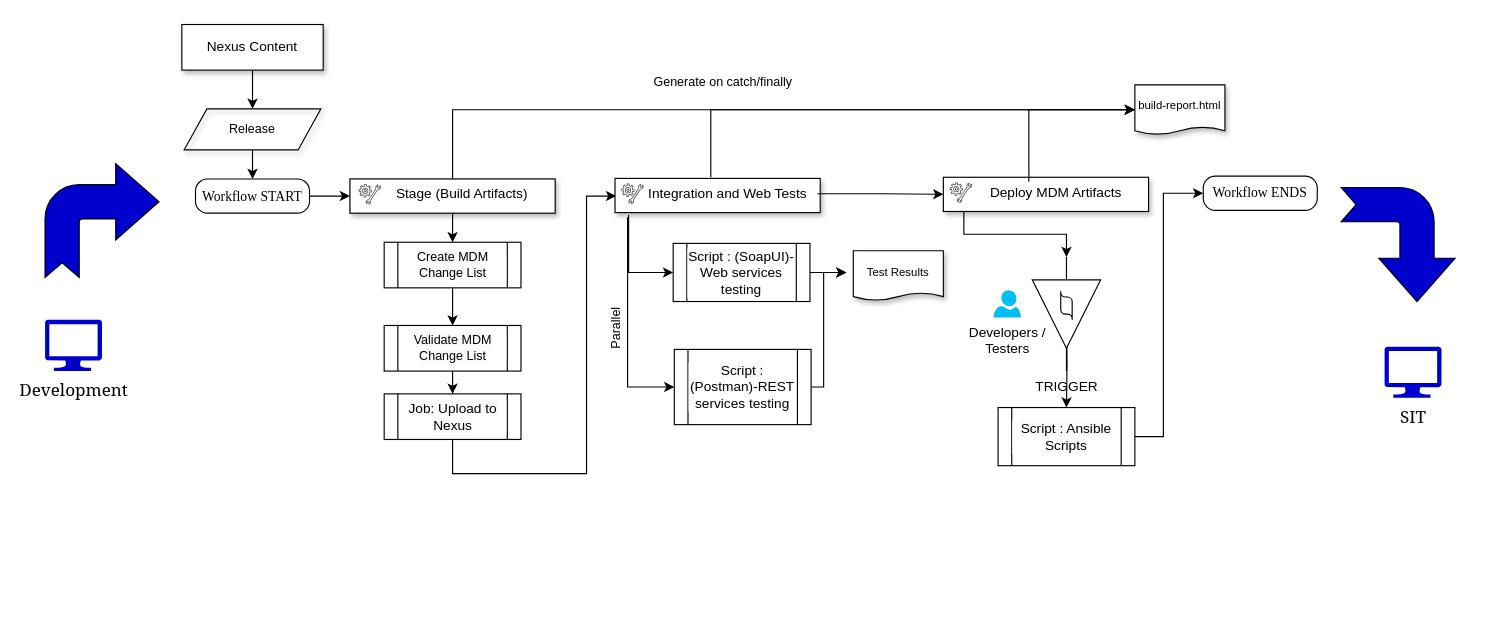
biswarup81/drawings keeps this draw.io diagram as page "Jenkins pipeline(MDM)" (2 of 4) of EMA-RFP.drawio. Above is the earlier version. Source tidied: cells renumbered, new cells numbered last; positions are measured from the earlier drawing's top-left corner, leaving out a move shared by most shapes. Both pictures are drawn from the tidied source at 114%, with x=0, y=0 at pixel (44, 24).
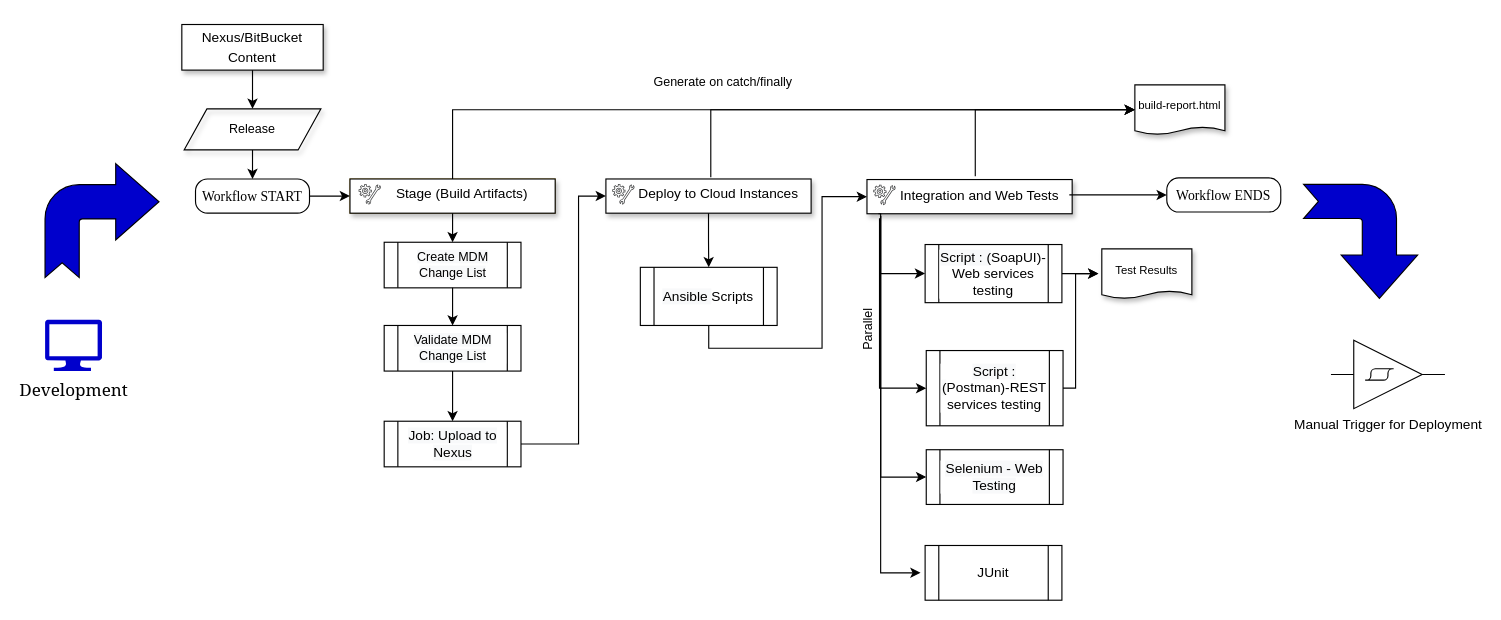
Above is the later version.

The change refers to these unchanged cells:
```xml
<mxCell id="12" value="&lt;span style=&quot;font-family: &amp;#34;arial&amp;#34; , sans-serif ; font-size: 11px ; background-color: rgb(248 , 249 , 250)&quot;&gt;Validate MDM Change List&lt;/span&gt;" style="shape=process;whiteSpace=wrap;html=1;backgroundOutline=1;shadow=0;labelBackgroundColor=#ffffff;sketch=0;fontFamily=Garamond;fontSize=10;fillColor=none;align=center;" parent="1" vertex="1">
  <mxGeometry x="297.5" y="264" width="120" height="40" as="geometry" />
</mxCell>
<mxCell id="19" value="&lt;p class=&quot;MsoNormal&quot; style=&quot;margin: 0cm ; line-height: 12.3pt ; font-size: 9pt ; font-family: &amp;#34;arial&amp;#34; , sans-serif&quot;&gt;&lt;br&gt;&lt;/p&gt;" style="rounded=0;whiteSpace=wrap;html=1;align=left;shadow=1;" parent="18" vertex="1">
  <mxGeometry width="180" height="30" as="geometry" />
</mxCell>
<mxCell id="23" value="&lt;span style=&quot;font-family: &amp;#34;arial&amp;#34; , sans-serif ; font-size: 12px&quot;&gt;Integration and Web Tests&lt;/span&gt;" style="text;html=1;strokeColor=none;fillColor=none;align=center;verticalAlign=middle;whiteSpace=wrap;rounded=0;fontSize=10;" parent="22" vertex="1">
  <mxGeometry x="14" y="-1" width="158" height="20" as="geometry" />
</mxCell>
<mxCell id="33" value="&lt;p class=&quot;MsoNormal&quot; style=&quot;margin: 0cm ; line-height: 12.3pt ; font-size: 9pt ; font-family: &amp;#34;arial&amp;#34; , sans-serif&quot;&gt;&lt;br&gt;&lt;/p&gt;" style="rounded=0;whiteSpace=wrap;html=1;align=left;shadow=1;" parent="32" vertex="1">
  <mxGeometry width="180" height="30" as="geometry" />
</mxCell>
<mxCell id="36" style="group;" parent="34" vertex="1">
  <mxGeometry y="2" width="180" height="21" as="geometry" />
</mxCell>
<mxCell id="45" value="build-report.html" style="shape=document;whiteSpace=wrap;html=1;boundedLbl=1;shadow=1;fontFamily=Helvetica;fontSize=10;labelBackgroundColor=#ffffff;sketch=0;size=0.1509433962264151;" parent="1" vertex="1">
  <mxGeometry x="956" y="53" width="79" height="43.5" as="geometry" />
</mxCell>
```

The edit, as a diff of the source:
```diff
@@
+    <mxCell id="16" style="edgeStyle=orthogonalEdgeStyle;rounded=0;jettySize=auto;html=1;" parent="1" edge="1" source="12" target="15">
+      <mxGeometry relative="1" as="geometry" />
+    </mxCell>
@@
-    <mxCell id="15" value="&lt;span style=&quot;font-family: &amp;#34;arial&amp;#34; , sans-serif ; font-size: 12px ; background-color: rgb(248 , 249 , 250)&quot;&gt;Job: Upload to Nexus&lt;/span&gt;" style="shape=process;whiteSpace=wrap;html=1;backgroundOutline=1;shadow=0;labelBackgroundColor=#ffffff;sketch=0;fontFamily=Garamond;fontSize=10;fillColor=none;align=center;" parent="1" vertex="1">
-      <mxGeometry x="297.5" y="324" width="120" height="40" as="geometry" />
-    </mxCell>
-    <mxCell id="16" style="edgeStyle=orthogonalEdgeStyle;rounded=0;jettySize=auto;html=1;fontFamily=Garamond;fontSize=10;endArrow=classic;endFill=1;endSize=6;strokeWidth=1;" parent="1" edge="1" source="12" target="15">
-      <mxGeometry x="168" y="-780" as="geometry" />
-    </mxCell>
-    <mxCell id="17" style="edgeStyle=orthogonalEdgeStyle;rounded=0;jettySize=auto;html=1;entryX=0;entryY=0.5;entryDx=0;entryDy=0;fontFamily=Garamond;fontSize=10;endArrow=classic;endFill=1;endSize=6;strokeWidth=1;exitX=0.5;exitY=1;exitDx=0;exitDy=0;" parent="1" edge="1" source="15">
-      <mxGeometry x="168" y="-780" as="geometry">
-        <mxPoint x="501" y="150.5" as="targetPoint" />
-        <Array as="points">
-          <mxPoint x="358" y="394" />
-          <mxPoint x="475" y="394" />
-          <mxPoint x="475" y="151" />
-        </Array>
-      </mxGeometry>
-    </mxCell>
     <mxCell id="18" style="group;shadow=0;perimeterSpacing=0;sketch=0;" parent="1" vertex="1">
-      <mxGeometry x="500" y="135" width="187.5" height="30" as="geometry" />
+      <mxGeometry x="721" y="136" width="187.5" height="30" as="geometry" />
     </mxCell>
@@
     <mxCell id="25" value="&lt;span style=&quot;font-family: &amp;#34;arial&amp;#34; , sans-serif ; font-size: 12px ; background-color: rgb(248 , 249 , 250)&quot;&gt;Script : (&lt;/span&gt;&lt;span style=&quot;font-family: &amp;#34;arial&amp;#34; , sans-serif ; font-size: 9pt ; text-indent: -18pt&quot;&gt;SoapUI)- Web services testing&lt;/span&gt;" style="shape=process;whiteSpace=wrap;html=1;backgroundOutline=1;shadow=0;labelBackgroundColor=#ffffff;sketch=0;fontFamily=Garamond;fontSize=10;fillColor=none;align=center;" parent="1" vertex="1">
-      <mxGeometry x="551" y="192" width="120" height="51" as="geometry" />
+      <mxGeometry x="772" y="193" width="120" height="51" as="geometry" />
     </mxCell>
     <mxCell id="26" value="&lt;span style=&quot;font-family: &amp;#34;arial&amp;#34; , sans-serif ; font-size: 12px ; background-color: rgb(248 , 249 , 250)&quot;&gt;Script : (&lt;/span&gt;&lt;span style=&quot;font-family: &amp;#34;arial&amp;#34; , sans-serif ; font-size: 9pt&quot;&gt;Postman)-&lt;/span&gt;&lt;span style=&quot;font-family: &amp;#34;arial&amp;#34; , sans-serif ; font-size: 9pt&quot;&gt;REST services testing&lt;/span&gt;" style="shape=process;whiteSpace=wrap;html=1;backgroundOutline=1;shadow=0;labelBackgroundColor=#ffffff;sketch=0;fontFamily=Garamond;fontSize=10;fillColor=none;align=center;" parent="1" vertex="1">
-      <mxGeometry x="552" y="285" width="120" height="66" as="geometry" />
+      <mxGeometry x="773" y="286" width="120" height="66" as="geometry" />
     </mxCell>
     <mxCell id="27" style="edgeStyle=orthogonalEdgeStyle;rounded=0;jettySize=auto;html=1;exitX=0.133;exitY=1;exitDx=0;exitDy=0;entryX=0;entryY=0.5;entryDx=0;entryDy=0;fontFamily=Garamond;fontSize=10;endArrow=classic;endFill=1;endSize=6;strokeWidth=1;exitPerimeter=0;" parent="1" edge="1" target="25">
-      <mxGeometry x="-283" y="-779" as="geometry">
-        <mxPoint x="511.9" y="167" as="sourcePoint" />
+      <mxGeometry x="-62" y="-778" as="geometry">
+        <mxPoint x="732.9" y="168" as="sourcePoint" />
         <Array as="points">
-          <mxPoint x="512" y="218" />
+          <mxPoint x="733" y="219" />
         </Array>
       </mxGeometry>
     </mxCell>
     <mxCell id="28" style="edgeStyle=orthogonalEdgeStyle;rounded=0;jettySize=auto;html=1;entryX=0;entryY=0.5;entryDx=0;entryDy=0;fontFamily=Garamond;fontSize=10;endArrow=classic;endFill=1;endSize=6;strokeWidth=1;exitX=0.128;exitY=1.067;exitDx=0;exitDy=0;exitPerimeter=0;" parent="1" edge="1" target="26">
-      <mxGeometry x="-283" y="-779" as="geometry">
-        <mxPoint x="511" y="169" as="sourcePoint" />
+      <mxGeometry x="-62" y="-778" as="geometry">
+        <mxPoint x="732" y="170" as="sourcePoint" />
         <Array as="points">
-          <mxPoint x="511" y="318" />
+          <mxPoint x="732" y="319" />
         </Array>
       </mxGeometry>
     </mxCell>
     <mxCell id="29" value="Parallel" style="text;html=1;strokeColor=none;fillColor=none;align=center;verticalAlign=middle;whiteSpace=wrap;rounded=0;shadow=1;labelBackgroundColor=#ffffff;sketch=0;fontFamily=Helvetica;fontSize=11;rotation=270;spacingTop=1;" parent="1" vertex="1">
-      <mxGeometry x="480" y="257" width="40" height="20" as="geometry" />
+      <mxGeometry x="701" y="258" width="40" height="20" as="geometry" />
     </mxCell>
     <mxCell id="30" value="&lt;font&gt;Test Results&lt;/font&gt;" style="shape=document;whiteSpace=wrap;html=1;boundedLbl=1;shadow=1;fontFamily=Helvetica;fontSize=10;labelBackgroundColor=#ffffff;sketch=0;size=0.1509433962264151;" parent="1" vertex="1">
-      <mxGeometry x="709" y="198.5" width="79" height="43.5" as="geometry" />
+      <mxGeometry x="927" y="196.8" width="79" height="43.5" as="geometry" />
     </mxCell>
     <mxCell id="31" style="edgeStyle=orthogonalEdgeStyle;rounded=0;jettySize=auto;html=1;fontFamily=Helvetica;fontSize=11;endArrow=classic;endFill=1;endSize=6;strokeWidth=1;" parent="1" edge="1" source="25">
-      <mxGeometry x="-283" y="-779" as="geometry">
-        <mxPoint x="703" y="217.6" as="targetPoint" />
+      <mxGeometry x="-62" y="-778" as="geometry">
+        <mxPoint x="924" y="218.6" as="targetPoint" />
       </mxGeometry>
     </mxCell>
     <mxCell id="32" style="group;shadow=0;perimeterSpacing=0;sketch=0;" parent="1" vertex="1">
-      <mxGeometry x="788" y="134" width="187.5" height="30" as="geometry" />
+      <mxGeometry x="492" y="135.5" width="187.5" height="30" as="geometry" />
     </mxCell>
@@
-    <mxCell id="37" value="&lt;span style=&quot;font-family: &amp;#34;arial&amp;#34; , sans-serif ; font-size: 12px&quot;&gt;Deploy MDM Artifacts&lt;/span&gt;" style="text;html=1;strokeColor=none;fillColor=none;align=center;verticalAlign=middle;whiteSpace=wrap;rounded=0;fontSize=10;" parent="36" vertex="1">
+    <mxCell id="37" value="&lt;font face=&quot;arial, sans-serif&quot;&gt;&lt;span style=&quot;font-size: 12px&quot;&gt;Deploy&amp;nbsp;to Cloud Instances&lt;/span&gt;&lt;/font&gt;" style="text;html=1;strokeColor=none;fillColor=none;align=center;verticalAlign=middle;whiteSpace=wrap;rounded=0;fontSize=10;" parent="36" vertex="1">
       <mxGeometry x="14" y="-1" width="158" height="20" as="geometry" />
     </mxCell>
@@
-    <mxCell id="39" style="edgeStyle=orthogonalEdgeStyle;rounded=0;jettySize=auto;html=1;" parent="1" edge="1" target="58">
-      <mxGeometry relative="1" as="geometry">
-        <mxPoint x="896" y="255" as="sourcePoint" />
-      </mxGeometry>
-    </mxCell>
-    <mxCell id="40" style="edgeStyle=orthogonalEdgeStyle;rounded=0;jettySize=auto;html=1;exitX=0.1;exitY=1;exitDx=0;exitDy=0;entryX=0;entryY=0.5;entryDx=0;entryDy=0;fontFamily=Helvetica;fontSize=11;endArrow=classic;endFill=1;endSize=6;strokeWidth=1;exitPerimeter=0;entryPerimeter=0;" parent="1" edge="1" source="33" target="60">
-      <mxGeometry x="-301" y="-779" as="geometry" />
+    <mxCell id="40" style="edgeStyle=orthogonalEdgeStyle;rounded=0;jettySize=auto;html=1;exitX=0.5;exitY=1;exitDx=0;exitDy=0;entryX=0.5;entryY=0;entryDx=0;entryDy=0;fontFamily=Helvetica;fontSize=11;endArrow=classic;endFill=1;endSize=6;strokeWidth=1;" parent="1" edge="1" source="33" target="68">
+      <mxGeometry x="-577.5" y="-779" as="geometry" />
     </mxCell>
     <mxCell id="41" style="edgeStyle=orthogonalEdgeStyle;rounded=0;jettySize=auto;html=1;entryX=0;entryY=0.5;entryDx=0;entryDy=0;fontFamily=Helvetica;fontSize=11;endArrow=classic;endFill=1;endSize=6;strokeWidth=1;" parent="1" edge="1" source="26">
-      <mxGeometry x="-283" y="-779" as="geometry">
-        <mxPoint x="703" y="217.5" as="targetPoint" />
+      <mxGeometry x="-62" y="-778" as="geometry">
+        <mxPoint x="924" y="218.5" as="targetPoint" />
         <Array as="points">
-          <mxPoint x="683" y="318" />
-          <mxPoint x="683" y="218" />
+          <mxPoint x="904" y="319" />
+          <mxPoint x="904" y="219" />
         </Array>
       </mxGeometry>
     </mxCell>
-    <mxCell id="42" style="edgeStyle=orthogonalEdgeStyle;rounded=0;jettySize=auto;html=1;entryX=0;entryY=0.5;entryDx=0;entryDy=0;fontFamily=Helvetica;fontSize=11;endArrow=classic;endFill=1;endSize=6;strokeWidth=1;" parent="1" edge="1" source="23" target="33">
-      <mxGeometry x="-63" y="-780" as="geometry" />
-    </mxCell>
     <mxCell id="43" value="Workflow ENDS" style="rounded=1;whiteSpace=wrap;html=1;labelBackgroundColor=#ffffff;fontFamily=Garamond;fontSize=12;fillColor=none;align=center;arcSize=35;" parent="1" vertex="1">
-      <mxGeometry x="1016" y="133" width="100" height="30" as="geometry" />
+      <mxGeometry x="984" y="134.5" width="100" height="30" as="geometry" />
     </mxCell>
-    <mxCell id="44" style="edgeStyle=orthogonalEdgeStyle;rounded=0;jettySize=auto;html=1;fontFamily=Helvetica;fontSize=11;endArrow=classic;endFill=1;endSize=6;strokeWidth=1;entryX=0;entryY=0.5;entryDx=0;entryDy=0;exitX=1;exitY=0.5;exitDx=0;exitDy=0;" parent="1" edge="1" source="58" target="43">
-      <mxGeometry x="-301" y="-779" as="geometry">
-        <Array as="points">
-          <mxPoint x="981" y="362" />
-          <mxPoint x="981" y="148" />
-        </Array>
-      </mxGeometry>
-    </mxCell>
@@
-    <mxCell id="51" value="&lt;p class=&quot;MsoNormal&quot; style=&quot;margin: 0cm ; line-height: 12.3pt ; font-size: 9pt ; font-family: &amp;#34;arial&amp;#34; , sans-serif&quot;&gt;Nexus Content&lt;/p&gt;" style="rounded=0;whiteSpace=wrap;html=1;align=center;shadow=1;" parent="1" vertex="1">
+    <mxCell id="51" value="&lt;p class=&quot;MsoNormal&quot; style=&quot;margin: 0cm ; line-height: 12.3pt ; font-size: 9pt ; font-family: &amp;#34;arial&amp;#34; , sans-serif&quot;&gt;Nexus/BitBucket Content&lt;/p&gt;" style="rounded=0;whiteSpace=wrap;html=1;align=center;shadow=1;" parent="1" vertex="1">
       <mxGeometry x="120" width="124" height="40" as="geometry" />
     </mxCell>
@@
-    <mxCell id="54" value="SIT" style="verticalLabelPosition=bottom;html=1;verticalAlign=top;align=center;strokeColor=none;shape=mxgraph.azure.computer;labelBackgroundColor=#ffffff;fontFamily=Georgia;fontSize=15;fillColor=#0000CC;" parent="1" vertex="1">
-      <mxGeometry x="1175" y="282.5" width="50" height="45" as="geometry" />
-    </mxCell>
     <mxCell id="55" style="html=1;shadow=0;dashed=0;align=center;verticalAlign=middle;shape=mxgraph.arrows2.bendArrow;dy=15;dx=38;notch=13;arrowHead=67;rounded=1;labelBackgroundColor=#ffffff;sketch=0;fontFamily=Helvetica;fontSize=11;fillColor=#0000CC;direction=south;" parent="1" vertex="1">
-      <mxGeometry x="1137" y="143" width="100" height="100" as="geometry" />
+      <mxGeometry x="1104" y="140.2" width="100" height="100" as="geometry" />
     </mxCell>
@@
     <mxCell id="57" style="edgeStyle=orthogonalEdgeStyle;rounded=0;jettySize=auto;html=1;entryX=0;entryY=0.5;entryDx=0;entryDy=0;fontFamily=Helvetica;fontSize=11;endArrow=classic;endFill=1;endSize=6;strokeWidth=1;" parent="1" edge="1" target="45">
       <mxGeometry relative="1" as="geometry">
-        <mxPoint x="863" y="133" as="sourcePoint" />
+        <mxPoint x="816" y="133" as="sourcePoint" />
         <Array as="points">
-          <mxPoint x="863" y="138" />
-          <mxPoint x="863" y="75" />
+          <mxPoint x="816" y="133" />
+          <mxPoint x="816" y="75" />
         </Array>
       </mxGeometry>
     </mxCell>
-    <mxCell id="58" value="&lt;span style=&quot;font-family: &amp;#34;arial&amp;#34; , sans-serif ; font-size: 12px ; background-color: rgb(248 , 249 , 250)&quot;&gt;Script : Ansible Scripts&lt;/span&gt;" style="shape=process;whiteSpace=wrap;html=1;backgroundOutline=1;shadow=0;labelBackgroundColor=#ffffff;sketch=0;fontFamily=Garamond;fontSize=10;fillColor=none;align=center;" parent="1" vertex="1">
-      <mxGeometry x="836" y="336" width="120" height="51" as="geometry" />
-    </mxCell>
-    <mxCell id="59" value="Developers / &lt;br&gt;Testers" style="verticalLabelPosition=bottom;html=1;verticalAlign=top;align=center;strokeColor=none;fillColor=#00BEF2;shape=mxgraph.azure.user;" parent="1" vertex="1">
-      <mxGeometry x="832" y="233" width="24" height="24" as="geometry" />
-    </mxCell>
-    <mxCell id="60" value="TRIGGER" style="verticalLabelPosition=bottom;shadow=0;dashed=0;align=center;html=1;verticalAlign=top;shape=mxgraph.electrical.logic_gates.schmitt_trigger;direction=south;" parent="1" vertex="1">
-      <mxGeometry x="866" y="204" width="60" height="100" as="geometry" />
-    </mxCell>
+    <mxCell id="61" value="&lt;font face=&quot;arial, sans-serif&quot;&gt;&lt;span style=&quot;font-size: 12px ; background-color: rgb(248 , 249 , 250)&quot;&gt;Selenium - Web Testing&lt;/span&gt;&lt;/font&gt;" style="shape=process;whiteSpace=wrap;html=1;backgroundOutline=1;shadow=0;labelBackgroundColor=#ffffff;sketch=0;fontFamily=Garamond;fontSize=10;fillColor=none;align=center;" parent="1" vertex="1">
+      <mxGeometry x="773" y="373" width="120" height="48" as="geometry" />
+    </mxCell>
+    <mxCell id="62" value="&lt;font face=&quot;arial, sans-serif&quot;&gt;&lt;span style=&quot;font-size: 12px&quot;&gt;JUnit&lt;/span&gt;&lt;/font&gt;" style="shape=process;whiteSpace=wrap;html=1;backgroundOutline=1;shadow=0;labelBackgroundColor=#ffffff;sketch=0;fontFamily=Garamond;fontSize=10;fillColor=none;align=center;" parent="1" vertex="1">
+      <mxGeometry x="772" y="457" width="120" height="48" as="geometry" />
+    </mxCell>
+    <mxCell id="63" style="edgeStyle=orthogonalEdgeStyle;rounded=0;jettySize=auto;html=1;entryX=0;entryY=0.5;entryDx=0;entryDy=0;fontFamily=Garamond;fontSize=10;endArrow=classic;endFill=1;endSize=6;strokeWidth=1;exitX=0.067;exitY=1.067;exitDx=0;exitDy=0;exitPerimeter=0;" parent="1" edge="1" source="19" target="61">
+      <mxGeometry x="-50" y="-766" as="geometry">
+        <Array as="points">
+          <mxPoint x="733" y="397" />
+        </Array>
+      </mxGeometry>
+    </mxCell>
+    <mxCell id="64" style="edgeStyle=orthogonalEdgeStyle;rounded=0;jettySize=auto;html=1;entryX=0;entryY=0.5;entryDx=0;entryDy=0;fontFamily=Garamond;fontSize=10;endArrow=classic;endFill=1;endSize=6;strokeWidth=1;exitX=0.056;exitY=1;exitDx=0;exitDy=0;exitPerimeter=0;" parent="1" edge="1" source="19">
+      <mxGeometry x="-42" y="-754" as="geometry">
+        <mxPoint x="768" y="481" as="targetPoint" />
+        <Array as="points">
+          <mxPoint x="733" y="166" />
+          <mxPoint x="733" y="481" />
+        </Array>
+      </mxGeometry>
+    </mxCell>
+    <mxCell id="65" style="edgeStyle=orthogonalEdgeStyle;rounded=0;jettySize=auto;html=1;entryX=0;entryY=0.5;entryDx=0;entryDy=0;" parent="1" edge="1" source="15" target="33">
+      <mxGeometry relative="1" as="geometry">
+        <Array as="points">
+          <mxPoint x="468" y="368" />
+          <mxPoint x="468" y="151" />
+        </Array>
+      </mxGeometry>
+    </mxCell>
+    <mxCell id="15" value="&lt;span style=&quot;font-family: &amp;#34;arial&amp;#34; , sans-serif ; font-size: 12px ; background-color: rgb(248 , 249 , 250)&quot;&gt;Job: Upload to Nexus&lt;/span&gt;" style="shape=process;whiteSpace=wrap;html=1;backgroundOutline=1;shadow=0;labelBackgroundColor=#ffffff;sketch=0;fontFamily=Garamond;fontSize=10;fillColor=none;align=center;" parent="1" vertex="1">
+      <mxGeometry x="297.5" y="348" width="120" height="40" as="geometry" />
+    </mxCell>
+    <mxCell id="66" value="Manual Trigger for Deployment" style="verticalLabelPosition=bottom;shadow=0;dashed=0;align=center;html=1;verticalAlign=top;shape=mxgraph.electrical.logic_gates.schmitt_trigger;direction=east;" parent="1" vertex="1">
+      <mxGeometry x="1128" y="277" width="100" height="60" as="geometry" />
+    </mxCell>
+    <mxCell id="67" style="edgeStyle=orthogonalEdgeStyle;rounded=0;jettySize=auto;html=1;entryX=0;entryY=0.5;entryDx=0;entryDy=0;exitX=0.5;exitY=1;exitDx=0;exitDy=0;" parent="1" edge="1" source="68" target="19">
+      <mxGeometry relative="1" as="geometry" />
+    </mxCell>
+    <mxCell id="68" value="&lt;span style=&quot;font-family: &amp;#34;arial&amp;#34; , sans-serif ; font-size: 12px ; background-color: rgb(248 , 249 , 250)&quot;&gt;Ansible&amp;nbsp;&lt;/span&gt;&lt;font face=&quot;arial, sans-serif&quot;&gt;&lt;span style=&quot;font-size: 12px&quot;&gt;Scripts&lt;/span&gt;&lt;/font&gt;" style="shape=process;whiteSpace=wrap;html=1;backgroundOutline=1;shadow=0;labelBackgroundColor=#ffffff;sketch=0;fontFamily=Garamond;fontSize=10;fillColor=none;align=center;" parent="1" vertex="1">
+      <mxGeometry x="522.2" y="213" width="120" height="51" as="geometry" />
+    </mxCell>
+    <mxCell id="69" style="edgeStyle=orthogonalEdgeStyle;rounded=0;jettySize=auto;html=1;" parent="1" edge="1" source="23" target="43">
+      <mxGeometry relative="1" as="geometry" />
+    </mxCell>
```
